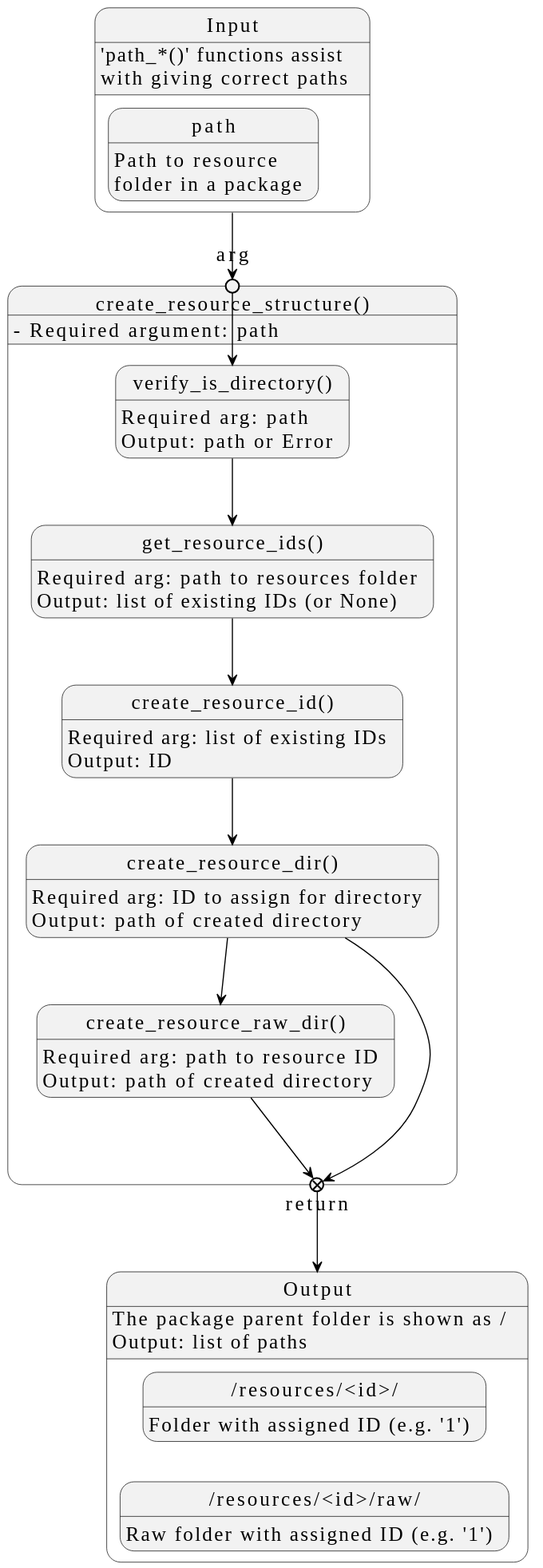
This is docs/design/images/core-python-functions/create-resource-structure.svg from seedcase-project/seedcase-sprout, a PlantUML export, as it was before one commit. The source it was exported from:
```plantuml
@startuml
!theme seedcase from https://raw.githubusercontent.com/seedcase-project/seedcase-theme/main

skinparam StateFontColor black
skinparam StateFontName Fira Code

state "Input" as input {
  input : 'path_*()' functions assist\nwith giving correct paths
  path : Path to resource\nfolder in a package
}

state "Output" as output {
  output : The package parent folder is shown as /
  output : Output: list of paths
  state "/resources/<id>/" as folder_id
  folder_id : Folder with assigned ID (e.g. '1')

  state "/resources/<id>/raw/" as folder_raw
  folder_raw : Raw folder with assigned ID (e.g. '1')
  folder_id --[hidden]> folder_raw
}

state "create_resource_structure()" as crs {
  crs : - Required argument: path

  state arg <<entryPoint>>
  input --> arg

  state "verify_is_directory()" as vid
  vid : Required arg: path
  vid : Output: path or Error
  arg --> vid

  state "get_resource_ids()" as gri
  gri : Required arg: path to resources folder
  gri : Output: list of existing IDs (or None)
  vid --> gri

  state "create_resource_id()" as cri
  cri : Required arg: list of existing IDs
  cri : Output: ID
  gri --> cri

  state "create_resource_dir()" as crd
  crd : Required arg: ID to assign for directory
  crd : Output: path of created directory
  cri --> crd

  state "create_resource_raw_dir()" as crrd
  crrd : Required arg: path to resource ID
  crrd : Output: path of created directory
  crd --> crrd

  state return <<exitPoint>>
  crrd --> return
  crd --> return
  return --> output
}
@enduml
```
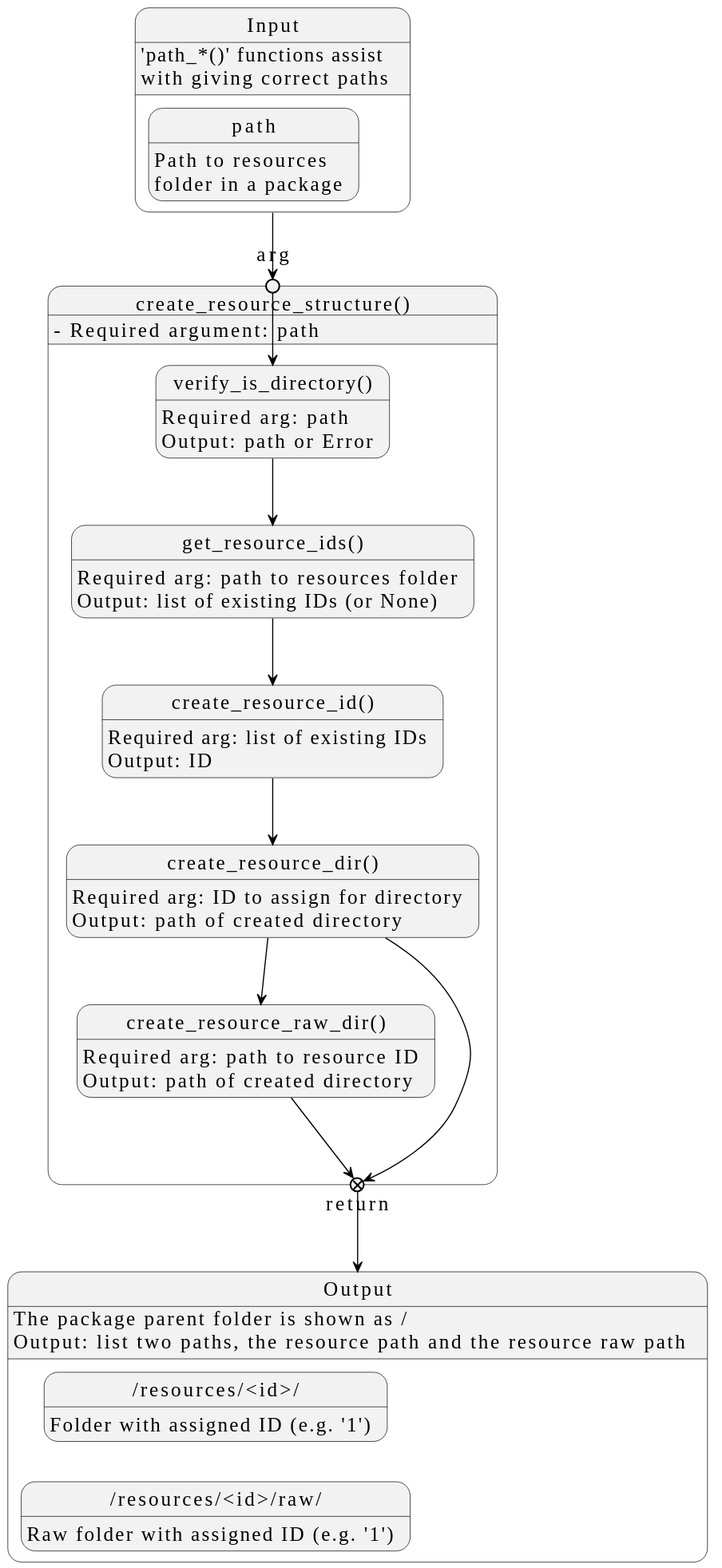
After the commit.

Commit message:
chore: :memo: regenerate the image

Change to the diagram source:
```diff
@@ -6,12 +6,12 @@
 
 state "Input" as input {
   input : 'path_*()' functions assist\nwith giving correct paths
-  path : Path to resource\nfolder in a package
+  path : Path to resources\nfolder in a package
 }
 
 state "Output" as output {
   output : The package parent folder is shown as /
-  output : Output: list of paths
+  output : Output: list two paths, the resource path and the resource raw path
   state "/resources/<id>/" as folder_id
   folder_id : Folder with assigned ID (e.g. '1')
 
```
